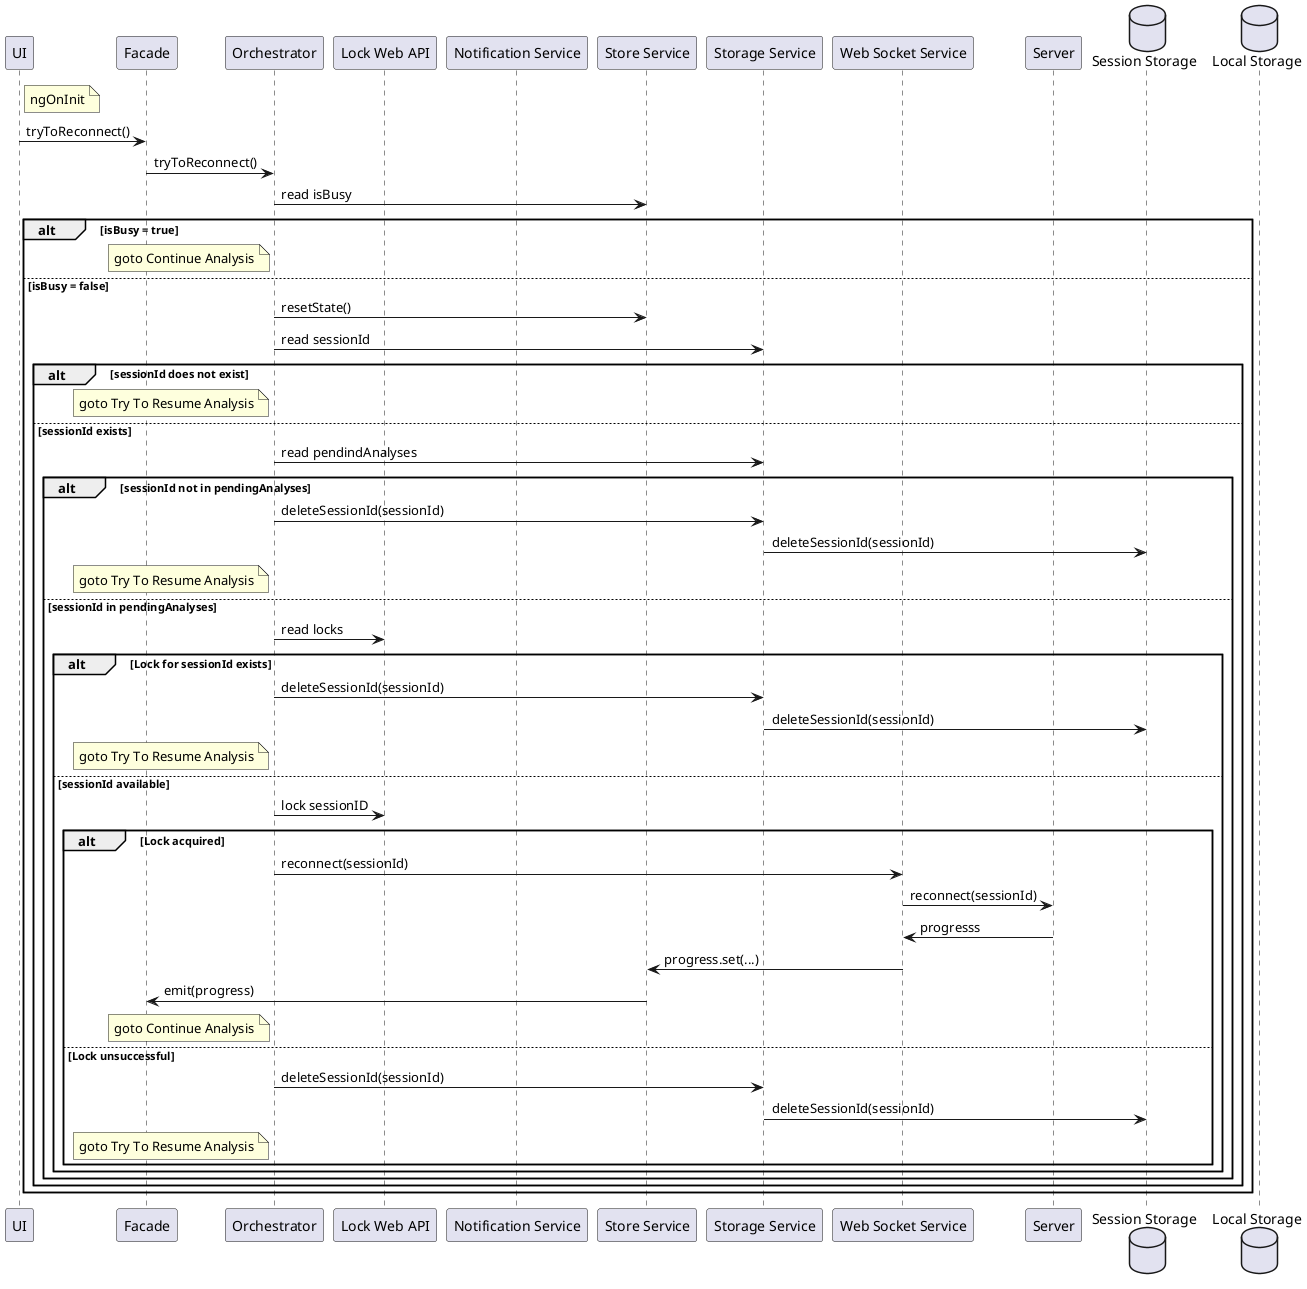
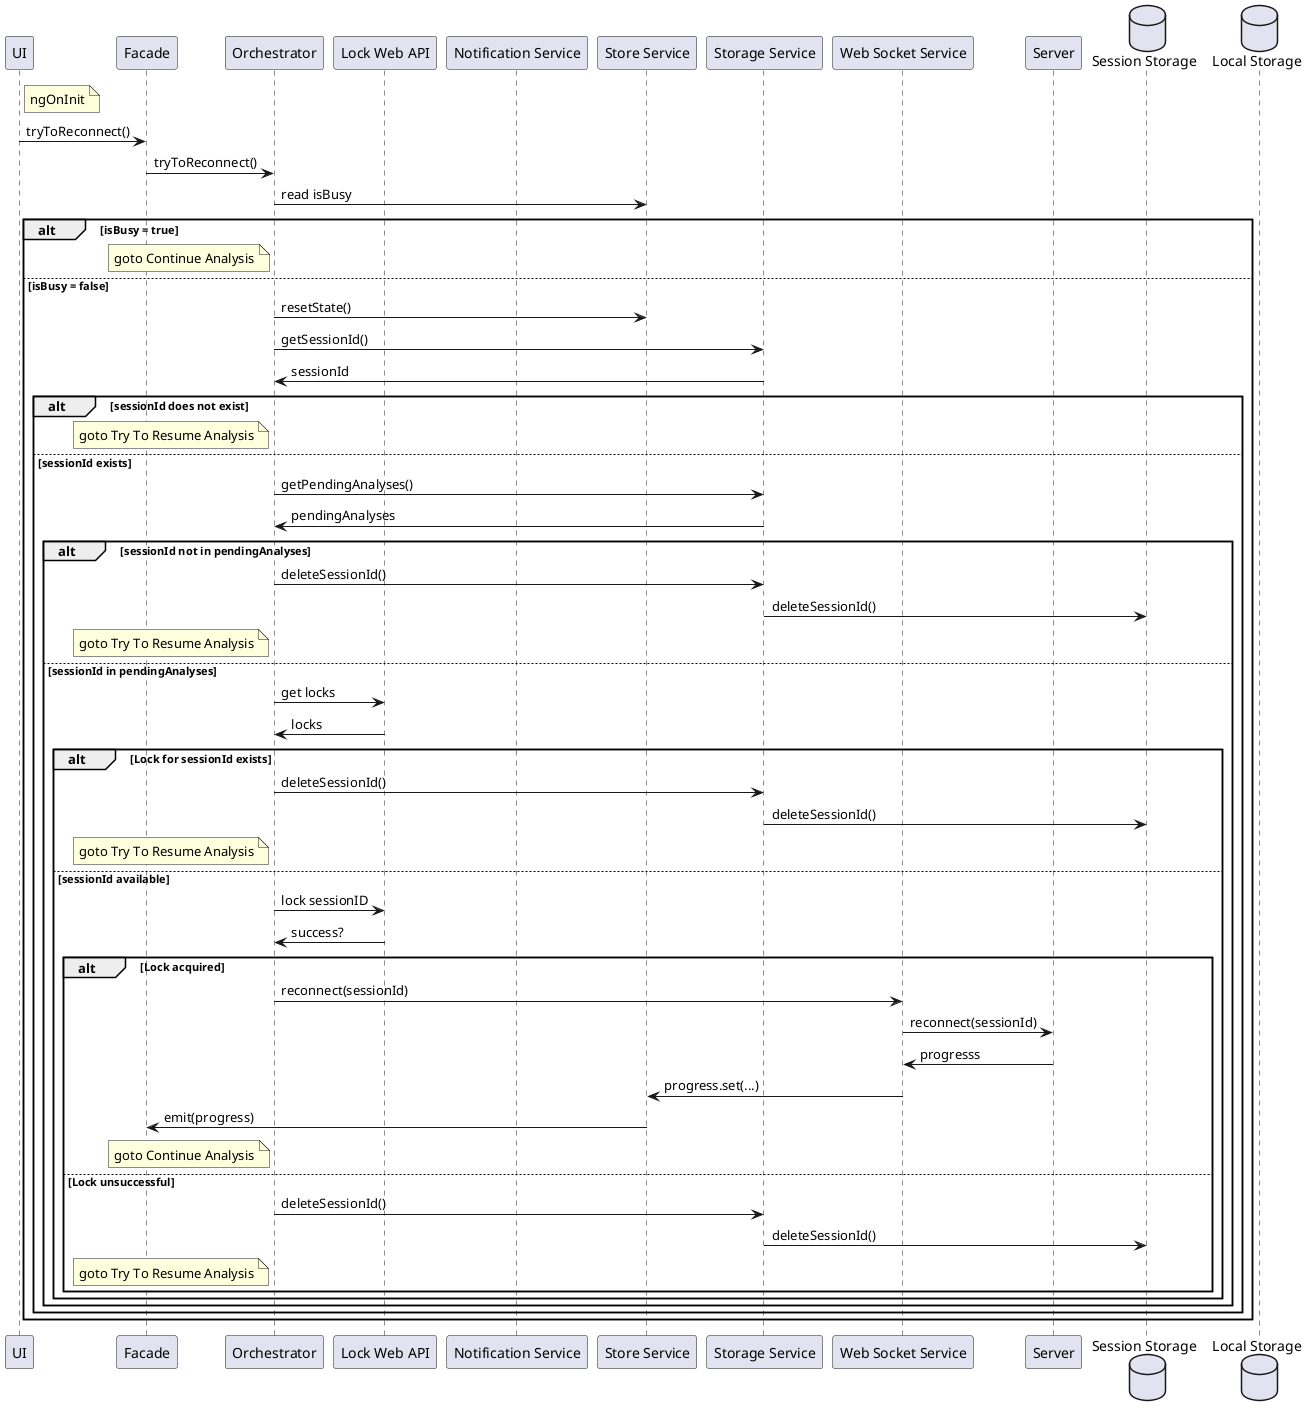
@startuml Startup Flow

participant "UI" as U
participant "Facade" as F
participant "Orchestrator" as O
participant "Lock Web API" as L
participant "Notification Service" as N
participant "Store Service" as ST
participant "Storage Service" as STG
participant "Web Socket Service" as WS
participant "Server" as SRV

database "Session Storage" as SS
database "Local Storage" as LS

note right of U: ngOnInit
U -> F: tryToReconnect()
F -> O: tryToReconnect()
O -> ST: read isBusy

alt isBusy = true
    note left of O: goto Continue Analysis

else isBusy = false
    O -> ST: resetState()
-     O -> STG: read sessionId
+     O -> STG: getSessionId()
+     STG -> O: sessionId

    alt sessionId does not exist
        note left of O: goto Try To Resume Analysis

    else sessionId exists
-         O -> STG: read pendindAnalyses
+         O -> STG: getPendingAnalyses()
+         STG -> O: pendingAnalyses

        alt sessionId not in pendingAnalyses
-             O -> STG: deleteSessionId(sessionId)
-             STG -> SS: deleteSessionId(sessionId)
+             O -> STG: deleteSessionId()
+             STG -> SS: deleteSessionId()
            note left of O: goto Try To Resume Analysis

        else sessionId in pendingAnalyses
-             O -> L: read locks
+             O -> L: get locks
+             L -> O: locks

            alt Lock for sessionId exists
-                 O -> STG: deleteSessionId(sessionId)
-                 STG -> SS: deleteSessionId(sessionId)
+                 O -> STG: deleteSessionId()
+                 STG -> SS: deleteSessionId()
                note left of O: goto Try To Resume Analysis

            else sessionId available
                O -> L: lock sessionID
+                 L -> O: success?

                alt Lock acquired
                    O -> WS: reconnect(sessionId)
                    WS -> SRV: reconnect(sessionId)
                    SRV -> WS: progresss
                    WS -> ST: progress.set(...)
                    ST -> F: emit(progress)
                    note left of O: goto Continue Analysis

                else Lock unsuccessful
-                     O -> STG: deleteSessionId(sessionId)
-                     STG -> SS: deleteSessionId(sessionId)
+                     O -> STG: deleteSessionId()
+                     STG -> SS: deleteSessionId()
                    note left of O: goto Try To Resume Analysis
                end
            end
        end
    end
end

@enduml